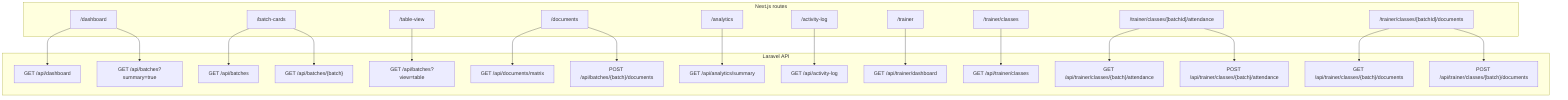
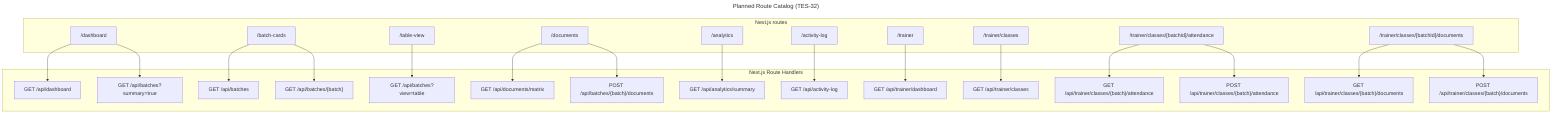
+ ---
+ title: Planned Route Catalog (TES-32)
+ ---
+ %% No app/api/ Route Handlers exist yet — Server Components currently call
+ %% lib/data/*.ts directly. This catalog later migrates behind Express.js per TES-58.
flowchart TD
  subgraph Next["Next.js routes"]
    Dashboard["/dashboard"]
    Cards["/batch-cards"]
    Table["/table-view"]
    Docs["/documents"]
    Analytics["/analytics"]
    Activity["/activity-log"]
    TrainerDashboard["/trainer"]
    TrainerClasses["/trainer/classes"]
    TrainerAttendance["/trainer/classes/[batchId]/attendance"]
    TrainerDocuments["/trainer/classes/[batchId]/documents"]
  end

-   subgraph API["Laravel API"]
+   subgraph API["Next.js Route Handlers"]
    GetDashboard["GET /api/dashboard"]
    GetBatchSummary["GET /api/batches?summary=true"]
    GetBatches["GET /api/batches"]
    GetBatch["GET /api/batches/{batch}"]
    GetTable["GET /api/batches?view=table"]
    GetDocMatrix["GET /api/documents/matrix"]
    PostDoc["POST /api/batches/{batch}/documents"]
    GetAnalytics["GET /api/analytics/summary"]
    GetActivity["GET /api/activity-log"]
    GetTrainerDashboard["GET /api/trainer/dashboard"]
    GetTrainerClasses["GET /api/trainer/classes"]
    GetAttendance["GET /api/trainer/classes/{batch}/attendance"]
    PostAttendance["POST /api/trainer/classes/{batch}/attendance"]
    GetTrainerDocs["GET /api/trainer/classes/{batch}/documents"]
    PostTrainerDocs["POST /api/trainer/classes/{batch}/documents"]
  end

  Dashboard --> GetDashboard
  Dashboard --> GetBatchSummary
  Cards --> GetBatches
  Cards --> GetBatch
  Table --> GetTable
  Docs --> GetDocMatrix
  Docs --> PostDoc
  Analytics --> GetAnalytics
  Activity --> GetActivity
  TrainerDashboard --> GetTrainerDashboard
  TrainerClasses --> GetTrainerClasses
  TrainerAttendance --> GetAttendance
  TrainerAttendance --> PostAttendance
  TrainerDocuments --> GetTrainerDocs
-   TrainerDocuments --> PostTrainerDocs+   TrainerDocuments --> PostTrainerDocs
